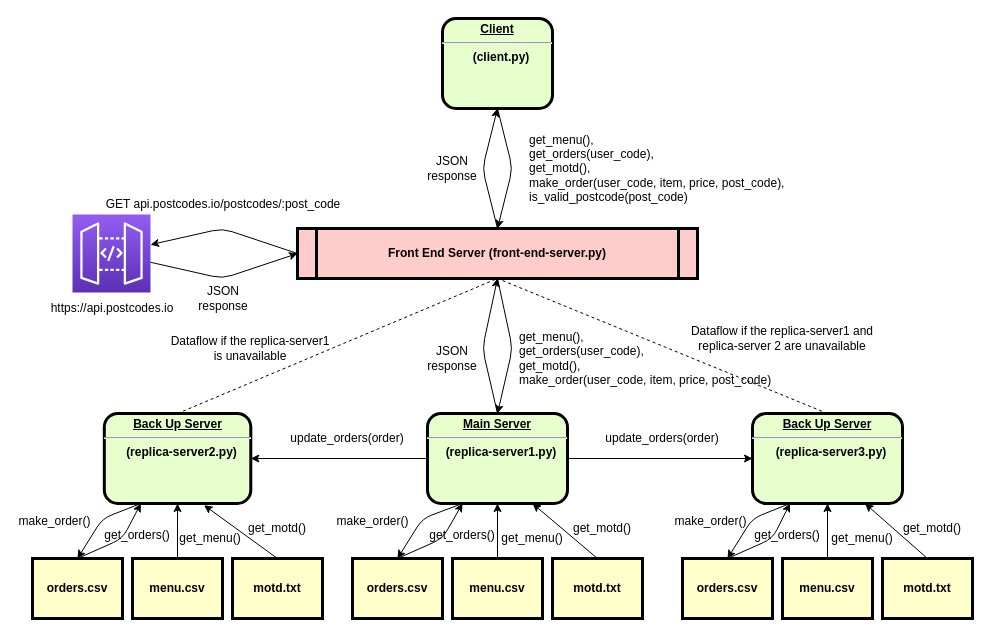
sacktock/Distributed-Systems-Coursework keeps this draw.io diagram as DataFlowDiagram.drawio. Above is the earlier version. Source tidied: cells renumbered, new cells numbered last; positions are measured from the earlier drawing's top-left corner, leaving out a move shared by most shapes. Both pictures are drawn from the tidied source at 100%, with x=0, y=0 at pixel (17, 18).
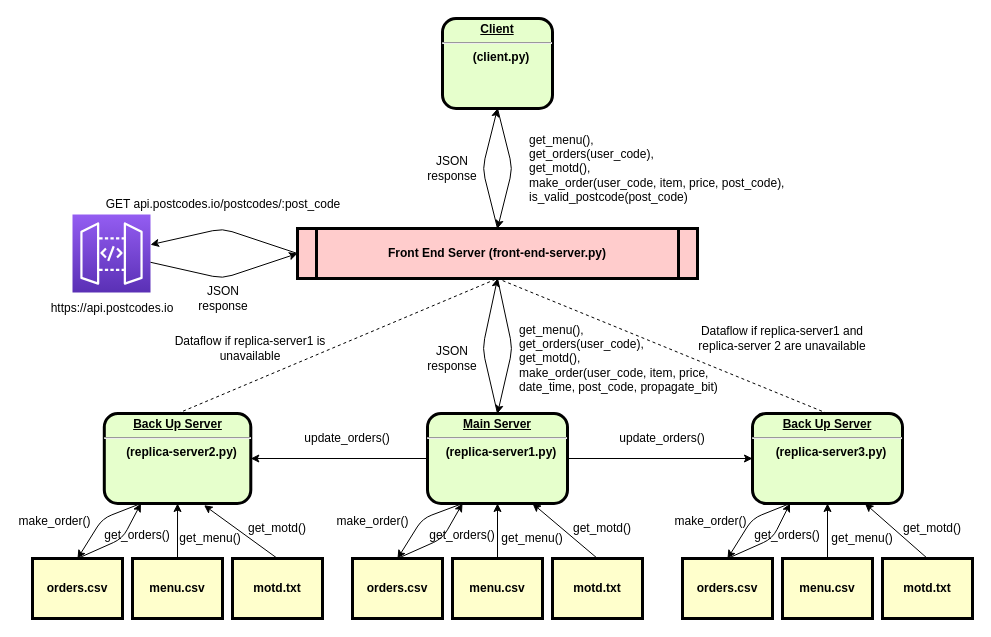
Above is the later version.

Change to the diagram source:
```diff
@@
-    <mxCell id="39" value="get_menu(), &lt;br&gt;get_orders(user_code), &lt;br&gt;get_motd(), &lt;br&gt;&lt;div&gt;&lt;span&gt;make_order(user_code, item, price, post_code)&lt;/span&gt;&lt;/div&gt;" style="text;html=1;strokeColor=none;fillColor=none;align=left;verticalAlign=middle;whiteSpace=wrap;rounded=0;" parent="1" vertex="1">
-      <mxGeometry x="500" y="300" width="335" height="80" as="geometry" />
+    <mxCell id="39" value="get_menu(), &lt;br&gt;get_orders(user_code), &lt;br&gt;get_motd(), &lt;br&gt;&lt;div&gt;&lt;span&gt;make_order(user_code, item, price, date_time, post_code, propagate_bit)&lt;/span&gt;&lt;/div&gt;" style="text;html=1;strokeColor=none;fillColor=none;align=left;verticalAlign=middle;whiteSpace=wrap;rounded=0;" parent="1" vertex="1">
+      <mxGeometry x="500" y="300" width="215" height="80" as="geometry" />
     </mxCell>
@@
-    <mxCell id="57" value="Dataflow if the replica-server1 is unavailable" style="text;html=1;strokeColor=none;fillColor=none;align=center;verticalAlign=middle;whiteSpace=wrap;rounded=0;" parent="1" vertex="1">
+    <mxCell id="57" value="Dataflow if replica-server1 is unavailable" style="text;html=1;strokeColor=none;fillColor=none;align=center;verticalAlign=middle;whiteSpace=wrap;rounded=0;" parent="1" vertex="1">
       <mxGeometry x="148" y="320" width="170" height="20" as="geometry" />
     </mxCell>
-    <mxCell id="58" value="Dataflow if the replica-server1 and replica-server 2 are unavailable" style="text;html=1;strokeColor=none;fillColor=none;align=center;verticalAlign=middle;whiteSpace=wrap;rounded=0;" parent="1" vertex="1">
+    <mxCell id="58" value="Dataflow if replica-server1 and replica-server 2 are unavailable" style="text;html=1;strokeColor=none;fillColor=none;align=center;verticalAlign=middle;whiteSpace=wrap;rounded=0;" parent="1" vertex="1">
       <mxGeometry x="665" y="310" width="200" height="20" as="geometry" />
     </mxCell>
-    <mxCell id="59" value="update_orders(order)" style="text;html=1;strokeColor=none;fillColor=none;align=center;verticalAlign=middle;whiteSpace=wrap;rounded=0;" parent="1" vertex="1">
+    <mxCell id="59" value="update_orders()" style="text;html=1;strokeColor=none;fillColor=none;align=center;verticalAlign=middle;whiteSpace=wrap;rounded=0;" parent="1" vertex="1">
       <mxGeometry x="305" y="410" width="50" height="20" as="geometry" />
     </mxCell>
-    <mxCell id="60" value="update_orders(order)" style="text;html=1;strokeColor=none;fillColor=none;align=center;verticalAlign=middle;whiteSpace=wrap;rounded=0;" parent="1" vertex="1">
+    <mxCell id="60" value="update_orders()" style="text;html=1;strokeColor=none;fillColor=none;align=center;verticalAlign=middle;whiteSpace=wrap;rounded=0;" parent="1" vertex="1">
       <mxGeometry x="625" y="410" width="40" height="20" as="geometry" />
     </mxCell>
```
